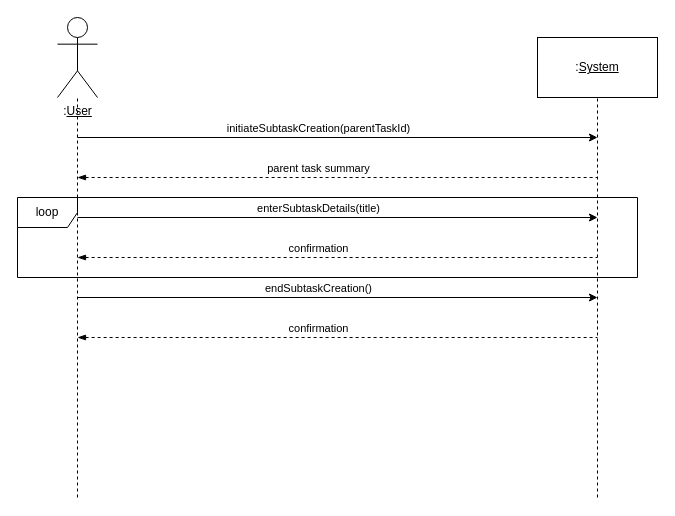
This is createSubtask() Sequece Diagram.drawio from wmbx-28/SOEN342_Project, a draw.io file, before an edit. Source tidied: cells renumbered, new cells numbered last; positions are measured from the earlier drawing's top-left corner, leaving out a move shared by most shapes. Both pictures are drawn from the tidied source at 100%, with x=0, y=0 at pixel (17, 17).
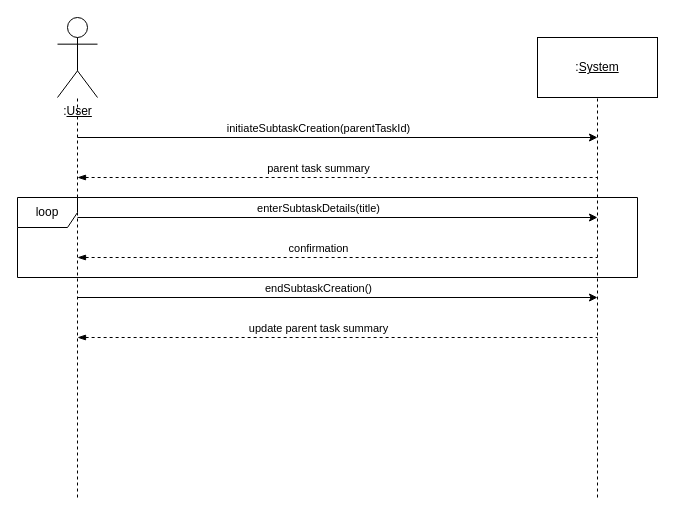
The same page after the edit.

Commit message:
forgot to save createTask() Sequence Diagram before comitting.

Unchanged cells that the change refers to:
```xml
<mxCell id="17" style="endArrow=none;dashed=1;html=1;rounded=0;startArrow=blockThin;startFill=1;" parent="1" edge="1">
  <mxGeometry relative="1" as="geometry">
    <mxPoint x="60" y="320" as="sourcePoint" />
    <mxPoint x="580" y="320" as="targetPoint" />
  </mxGeometry>
</mxCell>
```

Diff of the diagram source:
```diff
@@
-    <mxCell id="18" value="confirmation" style="edgeLabel;html=1;align=center;verticalAlign=middle;" parent="17" vertex="1">
+    <mxCell id="18" value="update parent task summary" style="edgeLabel;html=1;align=center;verticalAlign=middle;" parent="17" vertex="1">
       <mxGeometry x="-0.19" y="3" relative="1" as="geometry">
         <mxPoint x="29" y="-7" as="offset" />
       </mxGeometry>
     </mxCell>
```
